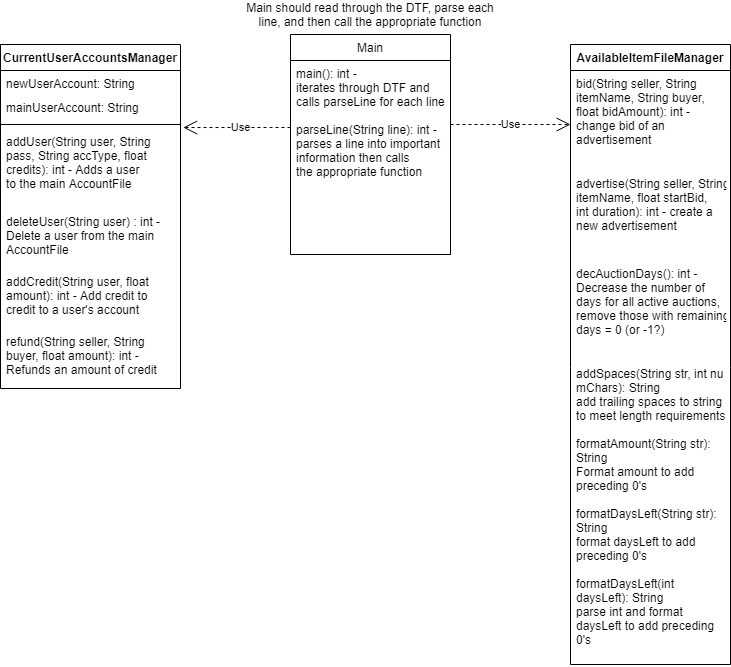
This is UML.png from jeremy-friesen/csci3060u-project-backend, a draw.io export, as it was before one commit. Source tidied: cells renumbered, new cells last; positions are measured from the earlier drawing's top-left corner, leaving out a move shared by most shapes.
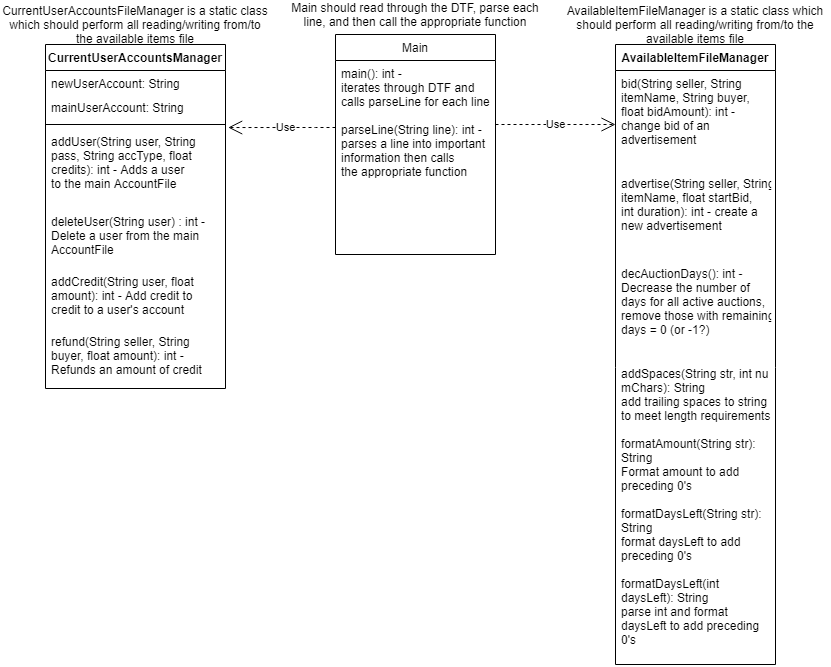
Later version of the same file.

Commit message:
Changed UML to include class descriptions

Diff of the diagram source:
```diff
@@ -64,5 +64,11 @@
     <mxCell id="19" value="Main should read through the DTF, parse each line, and then call the appropriate function" style="text;html=1;strokeColor=none;fillColor=none;align=center;verticalAlign=middle;whiteSpace=wrap;rounded=0;" parent="1" vertex="1">
       <mxGeometry x="235" width="270" height="20" as="geometry" />
     </mxCell>
+    <mxCell id="20" value="AvailableItemFileManager is a static class which should perform all reading/writing from/to the available items file" style="text;html=1;strokeColor=none;fillColor=none;align=center;verticalAlign=middle;whiteSpace=wrap;rounded=0;" parent="1" vertex="1">
+      <mxGeometry x="515" y="10" width="270" height="20" as="geometry" />
+    </mxCell>
+    <mxCell id="21" value="CurrentUserAccountsFileManager is a static class which should perform all reading/writing from/to the available items file" style="text;html=1;strokeColor=none;fillColor=none;align=center;verticalAlign=middle;whiteSpace=wrap;rounded=0;" parent="1" vertex="1">
+      <mxGeometry x="-45" y="10" width="270" height="20" as="geometry" />
+    </mxCell>
   </root>
 </mxGraphModel>
```
